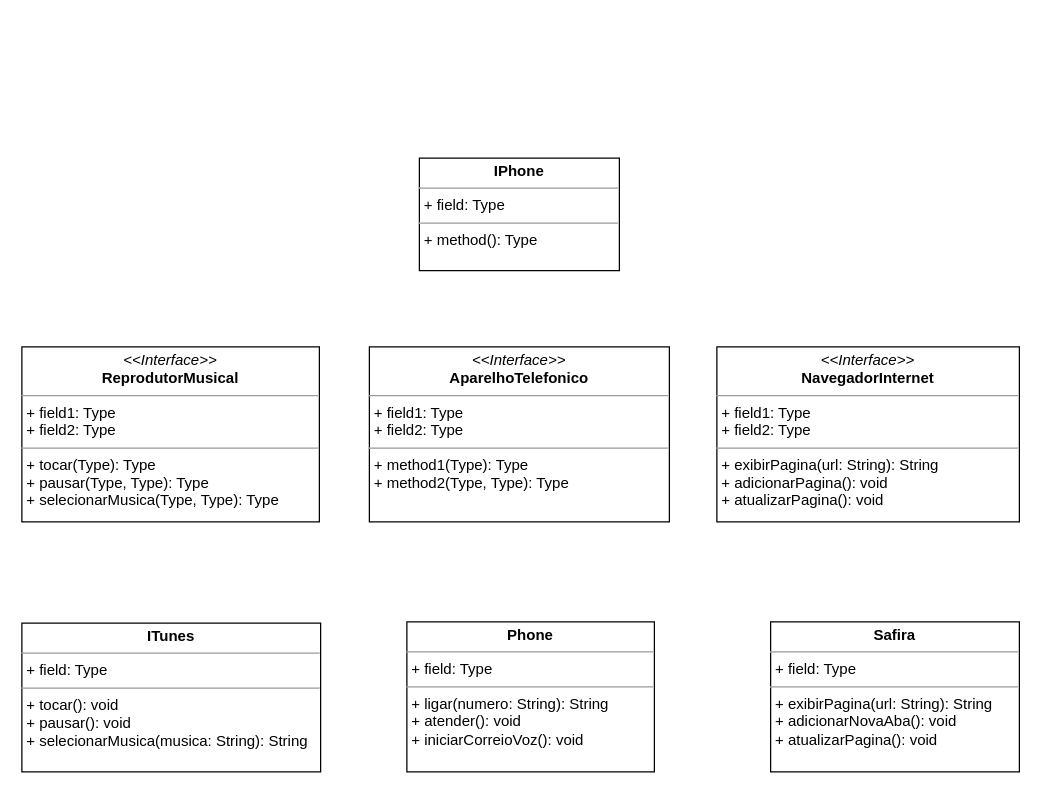
The draw.io diagram UML/Desafio_DIO.drawio in FabioCantuario/Desafio-DIO-POO, before the edit. Source tidied: cells renumbered, new cells numbered last; positions are measured from the earlier drawing's top-left corner, leaving out a move shared by most shapes. Both pictures are drawn from the tidied source at 125%, with x=0, y=0 at pixel (21, 158).
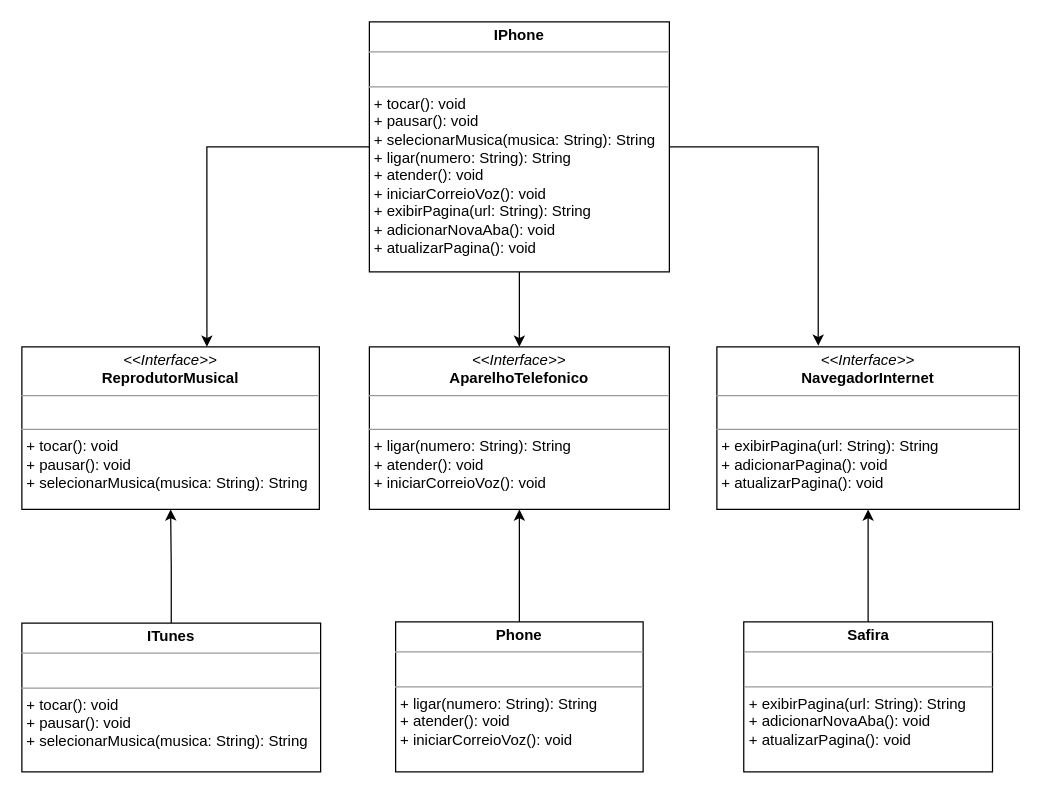
The same diagram, later.

What changed in the source:
```diff
@@
 <mxGraphModel>
   <root>
     <mxCell id="0" />
     <mxCell id="1" parent="0" />
-    <mxCell id="2" value="&lt;p style=&quot;margin:0px;margin-top:4px;text-align:center;&quot;&gt;&lt;i&gt;&amp;lt;&amp;lt;Interface&amp;gt;&amp;gt;&lt;/i&gt;&lt;br&gt;&lt;b&gt;ReprodutorMusical&lt;/b&gt;&lt;br&gt;&lt;/p&gt;&lt;hr size=&quot;1&quot;&gt;&lt;p style=&quot;margin:0px;margin-left:4px;&quot;&gt;+ field1: Type&lt;br&gt;+ field2: Type&lt;/p&gt;&lt;hr size=&quot;1&quot;&gt;&lt;p style=&quot;margin:0px;margin-left:4px;&quot;&gt;+ tocar(Type): Type&lt;br&gt;+ pausar(Type, Type): Type&lt;/p&gt;&lt;p style=&quot;margin:0px;margin-left:4px;&quot;&gt;+ selecionarMusica(Type, Type): Type&lt;br&gt;&lt;/p&gt;" style="verticalAlign=top;align=left;overflow=fill;fontSize=12;fontFamily=Helvetica;html=1;whiteSpace=wrap;" parent="1" vertex="1">
-      <mxGeometry y="151" width="238" height="140" as="geometry" />
+    <mxCell id="2" value="&lt;p style=&quot;margin:0px;margin-top:4px;text-align:center;&quot;&gt;&lt;i&gt;&amp;lt;&amp;lt;Interface&amp;gt;&amp;gt;&lt;/i&gt;&lt;br&gt;&lt;b&gt;ReprodutorMusical&lt;/b&gt;&lt;br&gt;&lt;/p&gt;&lt;hr size=&quot;1&quot;&gt;&lt;p style=&quot;margin:0px;margin-left:4px;&quot;&gt;&lt;br&gt;&lt;/p&gt;&lt;hr size=&quot;1&quot;&gt;&lt;p style=&quot;margin: 0px 0px 0px 4px;&quot;&gt;+ tocar(): void&lt;/p&gt;&lt;p style=&quot;margin: 0px 0px 0px 4px;&quot;&gt;+ pausar(): void&lt;br&gt;&lt;/p&gt;&lt;p style=&quot;margin: 0px 0px 0px 4px;&quot;&gt;+ selecionarMusica(musica: String): String&lt;/p&gt;" style="verticalAlign=top;align=left;overflow=fill;fontSize=12;fontFamily=Helvetica;html=1;whiteSpace=wrap;" parent="1" vertex="1">
+      <mxGeometry y="151" width="238" height="130" as="geometry" />
     </mxCell>
-    <mxCell id="3" value="&lt;p style=&quot;margin:0px;margin-top:4px;text-align:center;&quot;&gt;&lt;i&gt;&amp;lt;&amp;lt;Interface&amp;gt;&amp;gt;&lt;/i&gt;&lt;br&gt;&lt;b&gt;AparelhoTelefonico&lt;/b&gt;&lt;br&gt;&lt;/p&gt;&lt;hr size=&quot;1&quot;&gt;&lt;p style=&quot;margin:0px;margin-left:4px;&quot;&gt;+ field1: Type&lt;br&gt;+ field2: Type&lt;/p&gt;&lt;hr size=&quot;1&quot;&gt;&lt;p style=&quot;margin:0px;margin-left:4px;&quot;&gt;+ method1(Type): Type&lt;br&gt;+ method2(Type, Type): Type&lt;/p&gt;" style="verticalAlign=top;align=left;overflow=fill;fontSize=12;fontFamily=Helvetica;html=1;whiteSpace=wrap;" parent="1" vertex="1">
-      <mxGeometry x="278" y="151" width="240" height="140" as="geometry" />
+    <mxCell id="3" value="&lt;p style=&quot;margin:0px;margin-top:4px;text-align:center;&quot;&gt;&lt;i&gt;&amp;lt;&amp;lt;Interface&amp;gt;&amp;gt;&lt;/i&gt;&lt;br&gt;&lt;b&gt;AparelhoTelefonico&lt;/b&gt;&lt;br&gt;&lt;/p&gt;&lt;hr size=&quot;1&quot;&gt;&lt;p style=&quot;margin:0px;margin-left:4px;&quot;&gt;&lt;br&gt;&lt;/p&gt;&lt;hr size=&quot;1&quot;&gt;&lt;p style=&quot;margin: 0px 0px 0px 4px;&quot;&gt;+ ligar(numero: String): String&lt;/p&gt;&lt;p style=&quot;margin: 0px 0px 0px 4px;&quot;&gt;+ atender(): void&lt;br&gt;&lt;/p&gt;&lt;p style=&quot;margin: 0px 0px 0px 4px;&quot;&gt;+ iniciarCorreioVoz(): void&lt;/p&gt;" style="verticalAlign=top;align=left;overflow=fill;fontSize=12;fontFamily=Helvetica;html=1;whiteSpace=wrap;" parent="1" vertex="1">
+      <mxGeometry x="278" y="151" width="240" height="130" as="geometry" />
     </mxCell>
-    <mxCell id="4" value="&lt;p style=&quot;margin:0px;margin-top:4px;text-align:center;&quot;&gt;&lt;i&gt;&amp;lt;&amp;lt;Interface&amp;gt;&amp;gt;&lt;/i&gt;&lt;br&gt;&lt;b&gt;NavegadorInternet&lt;/b&gt;&lt;/p&gt;&lt;hr size=&quot;1&quot;&gt;&lt;p style=&quot;margin:0px;margin-left:4px;&quot;&gt;+ field1: Type&lt;br&gt;+ field2: Type&lt;/p&gt;&lt;hr size=&quot;1&quot;&gt;&lt;p style=&quot;margin:0px;margin-left:4px;&quot;&gt;+ exibirPagina(url: String): String&lt;br&gt;&lt;/p&gt;&lt;p style=&quot;margin:0px;margin-left:4px;&quot;&gt;+&amp;nbsp;adicionarPagina(): void&lt;br&gt;&lt;/p&gt;&lt;p style=&quot;margin:0px;margin-left:4px;&quot;&gt;+&amp;nbsp;atualizarPagina&lt;span style=&quot;background-color: initial;&quot;&gt;(): void&lt;/span&gt;&lt;/p&gt;&lt;p style=&quot;margin:0px;margin-left:4px;&quot;&gt;&lt;br&gt;&lt;/p&gt;" style="verticalAlign=top;align=left;overflow=fill;fontSize=12;fontFamily=Helvetica;html=1;whiteSpace=wrap;" parent="1" vertex="1">
-      <mxGeometry x="556" y="151" width="242" height="140" as="geometry" />
+    <mxCell id="4" value="&lt;p style=&quot;margin:0px;margin-top:4px;text-align:center;&quot;&gt;&lt;i&gt;&amp;lt;&amp;lt;Interface&amp;gt;&amp;gt;&lt;/i&gt;&lt;br&gt;&lt;b&gt;NavegadorInternet&lt;/b&gt;&lt;/p&gt;&lt;hr size=&quot;1&quot;&gt;&lt;p style=&quot;margin:0px;margin-left:4px;&quot;&gt;&lt;br&gt;&lt;/p&gt;&lt;hr size=&quot;1&quot;&gt;&lt;p style=&quot;margin:0px;margin-left:4px;&quot;&gt;+ exibirPagina(url: String): String&lt;br&gt;&lt;/p&gt;&lt;p style=&quot;margin:0px;margin-left:4px;&quot;&gt;+&amp;nbsp;adicionarPagina(): void&lt;br&gt;&lt;/p&gt;&lt;p style=&quot;margin:0px;margin-left:4px;&quot;&gt;+&amp;nbsp;atualizarPagina&lt;span style=&quot;background-color: initial;&quot;&gt;(): void&lt;/span&gt;&lt;/p&gt;&lt;p style=&quot;margin:0px;margin-left:4px;&quot;&gt;&lt;br&gt;&lt;/p&gt;" style="verticalAlign=top;align=left;overflow=fill;fontSize=12;fontFamily=Helvetica;html=1;whiteSpace=wrap;" parent="1" vertex="1">
+      <mxGeometry x="556" y="151" width="242" height="130" as="geometry" />
     </mxCell>
+    <mxCell id="9" style="edgeStyle=orthogonalEdgeStyle;rounded=0;jettySize=auto;html=1;entryX=0.5;entryY=0;entryDx=0;entryDy=0;" parent="1" edge="1" source="5" target="3">
+      <mxGeometry relative="1" as="geometry" />
+    </mxCell>
-    <mxCell id="5" value="&lt;p style=&quot;margin:0px;margin-top:4px;text-align:center;&quot;&gt;&lt;b&gt;IPhone&lt;/b&gt;&lt;/p&gt;&lt;hr size=&quot;1&quot;&gt;&lt;p style=&quot;margin:0px;margin-left:4px;&quot;&gt;+ field: Type&lt;/p&gt;&lt;hr size=&quot;1&quot;&gt;&lt;p style=&quot;margin:0px;margin-left:4px;&quot;&gt;+ method(): Type&lt;/p&gt;" style="verticalAlign=top;align=left;overflow=fill;fontSize=12;fontFamily=Helvetica;html=1;whiteSpace=wrap;" parent="1" vertex="1">
-      <mxGeometry x="318" width="160" height="90" as="geometry" />
+    <mxCell id="5" value="&lt;p style=&quot;margin:0px;margin-top:4px;text-align:center;&quot;&gt;&lt;b&gt;IPhone&lt;/b&gt;&lt;/p&gt;&lt;hr size=&quot;1&quot;&gt;&lt;p style=&quot;margin:0px;margin-left:4px;&quot;&gt;&lt;br&gt;&lt;/p&gt;&lt;hr size=&quot;1&quot;&gt;&lt;p style=&quot;margin: 0px 0px 0px 4px;&quot;&gt;+ tocar(): void&lt;/p&gt;&lt;p style=&quot;margin: 0px 0px 0px 4px;&quot;&gt;+ pausar(): void&lt;br&gt;&lt;/p&gt;&lt;p style=&quot;margin: 0px 0px 0px 4px;&quot;&gt;+ selecionarMusica(musica: String): String&lt;/p&gt;&lt;p style=&quot;margin: 0px 0px 0px 4px;&quot;&gt;+ ligar(numero: String): String&lt;/p&gt;&lt;p style=&quot;margin: 0px 0px 0px 4px;&quot;&gt;+ atender(): void&lt;br&gt;&lt;/p&gt;&lt;p style=&quot;margin: 0px 0px 0px 4px;&quot;&gt;+ iniciarCorreioVoz(): void&lt;/p&gt;&lt;p style=&quot;margin: 0px 0px 0px 4px;&quot;&gt;+ exibirPagina(url: String): String&lt;/p&gt;&lt;p style=&quot;border-color: var(--border-color); margin: 0px 0px 0px 4px;&quot;&gt;+ adicionarNovaAba(): void&lt;/p&gt;&lt;p style=&quot;border-color: var(--border-color); margin: 0px 0px 0px 4px;&quot;&gt;+ atualizarPagina(): void&lt;/p&gt;" style="verticalAlign=top;align=left;overflow=fill;fontSize=12;fontFamily=Helvetica;html=1;whiteSpace=wrap;" parent="1" vertex="1">
+      <mxGeometry x="278" y="-109" width="240" height="200" as="geometry" />
     </mxCell>
+    <mxCell id="10" style="edgeStyle=orthogonalEdgeStyle;rounded=0;jettySize=auto;html=1;" parent="1" edge="1" source="6" target="2">
+      <mxGeometry relative="1" as="geometry" />
+    </mxCell>
-    <mxCell id="6" value="&lt;p style=&quot;margin:0px;margin-top:4px;text-align:center;&quot;&gt;&lt;b&gt;ITunes&lt;/b&gt;&lt;/p&gt;&lt;hr size=&quot;1&quot;&gt;&lt;p style=&quot;margin:0px;margin-left:4px;&quot;&gt;+ field: Type&lt;/p&gt;&lt;hr size=&quot;1&quot;&gt;&lt;p style=&quot;margin:0px;margin-left:4px;&quot;&gt;+ tocar(): void&lt;/p&gt;&lt;p style=&quot;margin:0px;margin-left:4px;&quot;&gt;+ pausar(): void&lt;br&gt;&lt;/p&gt;&lt;p style=&quot;margin:0px;margin-left:4px;&quot;&gt;+ selecionarMusica(musica: String): String&lt;br&gt;&lt;/p&gt;" style="verticalAlign=top;align=left;overflow=fill;fontSize=12;fontFamily=Helvetica;html=1;whiteSpace=wrap;" parent="1" vertex="1">
+    <mxCell id="6" value="&lt;p style=&quot;margin:0px;margin-top:4px;text-align:center;&quot;&gt;&lt;b&gt;ITunes&lt;/b&gt;&lt;/p&gt;&lt;hr size=&quot;1&quot;&gt;&lt;p style=&quot;margin:0px;margin-left:4px;&quot;&gt;&lt;br&gt;&lt;/p&gt;&lt;hr size=&quot;1&quot;&gt;&lt;p style=&quot;margin:0px;margin-left:4px;&quot;&gt;+ tocar(): void&lt;/p&gt;&lt;p style=&quot;margin:0px;margin-left:4px;&quot;&gt;+ pausar(): void&lt;br&gt;&lt;/p&gt;&lt;p style=&quot;margin:0px;margin-left:4px;&quot;&gt;+ selecionarMusica(musica: String): String&lt;br&gt;&lt;/p&gt;" style="verticalAlign=top;align=left;overflow=fill;fontSize=12;fontFamily=Helvetica;html=1;whiteSpace=wrap;" parent="1" vertex="1">
       <mxGeometry y="372" width="239" height="119" as="geometry" />
     </mxCell>
+    <mxCell id="11" style="edgeStyle=orthogonalEdgeStyle;rounded=0;jettySize=auto;html=1;" parent="1" edge="1" source="7" target="3">
+      <mxGeometry relative="1" as="geometry" />
+    </mxCell>
-    <mxCell id="7" value="&lt;p style=&quot;margin:0px;margin-top:4px;text-align:center;&quot;&gt;&lt;b&gt;Phone&lt;/b&gt;&lt;/p&gt;&lt;hr size=&quot;1&quot;&gt;&lt;p style=&quot;margin:0px;margin-left:4px;&quot;&gt;+ field: Type&lt;/p&gt;&lt;hr size=&quot;1&quot;&gt;&lt;p style=&quot;margin:0px;margin-left:4px;&quot;&gt;+ ligar(numero: String): String&lt;/p&gt;&lt;p style=&quot;margin:0px;margin-left:4px;&quot;&gt;+ atender(): void&lt;br&gt;&lt;/p&gt;&lt;p style=&quot;margin:0px;margin-left:4px;&quot;&gt;+ iniciarCorreioVoz(): void&lt;br&gt;&lt;/p&gt;" style="verticalAlign=top;align=left;overflow=fill;fontSize=12;fontFamily=Helvetica;html=1;whiteSpace=wrap;" parent="1" vertex="1">
-      <mxGeometry x="308" y="371" width="198" height="120" as="geometry" />
+    <mxCell id="7" value="&lt;p style=&quot;margin:0px;margin-top:4px;text-align:center;&quot;&gt;&lt;b&gt;Phone&lt;/b&gt;&lt;/p&gt;&lt;hr size=&quot;1&quot;&gt;&lt;p style=&quot;margin:0px;margin-left:4px;&quot;&gt;&lt;br&gt;&lt;/p&gt;&lt;hr size=&quot;1&quot;&gt;&lt;p style=&quot;margin:0px;margin-left:4px;&quot;&gt;+ ligar(numero: String): String&lt;/p&gt;&lt;p style=&quot;margin:0px;margin-left:4px;&quot;&gt;+ atender(): void&lt;br&gt;&lt;/p&gt;&lt;p style=&quot;margin:0px;margin-left:4px;&quot;&gt;+ iniciarCorreioVoz(): void&lt;br&gt;&lt;/p&gt;" style="verticalAlign=top;align=left;overflow=fill;fontSize=12;fontFamily=Helvetica;html=1;whiteSpace=wrap;" parent="1" vertex="1">
+      <mxGeometry x="299" y="371" width="198" height="120" as="geometry" />
     </mxCell>
+    <mxCell id="12" style="edgeStyle=orthogonalEdgeStyle;rounded=0;jettySize=auto;html=1;" parent="1" edge="1" source="8" target="4">
+      <mxGeometry relative="1" as="geometry" />
+    </mxCell>
-    <mxCell id="8" value="&lt;p style=&quot;margin:0px;margin-top:4px;text-align:center;&quot;&gt;&lt;b&gt;Safira&lt;/b&gt;&lt;/p&gt;&lt;hr size=&quot;1&quot;&gt;&lt;p style=&quot;margin:0px;margin-left:4px;&quot;&gt;+ field: Type&lt;/p&gt;&lt;hr size=&quot;1&quot;&gt;&lt;p style=&quot;margin:0px;margin-left:4px;&quot;&gt;+ exibirPagina(url: String): String&lt;/p&gt;&lt;p style=&quot;border-color: var(--border-color); margin: 0px 0px 0px 4px;&quot;&gt;+ adicionarNovaAba(): void&lt;/p&gt;&lt;p style=&quot;border-color: var(--border-color); margin: 0px 0px 0px 4px;&quot;&gt;+ atualizarPagina(): void&lt;br&gt;&lt;/p&gt;&lt;p style=&quot;border-color: var(--border-color); margin: 0px 0px 0px 4px;&quot;&gt;&lt;br style=&quot;border-color: var(--border-color);&quot;&gt;&lt;/p&gt;" style="verticalAlign=top;align=left;overflow=fill;fontSize=12;fontFamily=Helvetica;html=1;whiteSpace=wrap;" parent="1" vertex="1">
-      <mxGeometry x="599" y="371" width="199" height="120" as="geometry" />
+    <mxCell id="8" value="&lt;p style=&quot;margin:0px;margin-top:4px;text-align:center;&quot;&gt;&lt;b&gt;Safira&lt;/b&gt;&lt;/p&gt;&lt;hr size=&quot;1&quot;&gt;&lt;p style=&quot;margin:0px;margin-left:4px;&quot;&gt;&lt;br&gt;&lt;/p&gt;&lt;hr size=&quot;1&quot;&gt;&lt;p style=&quot;margin:0px;margin-left:4px;&quot;&gt;+ exibirPagina(url: String): String&lt;/p&gt;&lt;p style=&quot;border-color: var(--border-color); margin: 0px 0px 0px 4px;&quot;&gt;+ adicionarNovaAba(): void&lt;/p&gt;&lt;p style=&quot;border-color: var(--border-color); margin: 0px 0px 0px 4px;&quot;&gt;+ atualizarPagina(): void&lt;br&gt;&lt;/p&gt;&lt;p style=&quot;border-color: var(--border-color); margin: 0px 0px 0px 4px;&quot;&gt;&lt;br style=&quot;border-color: var(--border-color);&quot;&gt;&lt;/p&gt;" style="verticalAlign=top;align=left;overflow=fill;fontSize=12;fontFamily=Helvetica;html=1;whiteSpace=wrap;" parent="1" vertex="1">
+      <mxGeometry x="577.5" y="371" width="199" height="120" as="geometry" />
     </mxCell>
+    <mxCell id="13" style="edgeStyle=orthogonalEdgeStyle;rounded=0;jettySize=auto;html=1;entryX=0.622;entryY=0;entryDx=0;entryDy=0;entryPerimeter=0;" parent="1" edge="1" source="5" target="2">
+      <mxGeometry relative="1" as="geometry" />
+    </mxCell>
+    <mxCell id="14" style="edgeStyle=orthogonalEdgeStyle;rounded=0;jettySize=auto;html=1;entryX=0.335;entryY=-0.007;entryDx=0;entryDy=0;entryPerimeter=0;" parent="1" edge="1" source="5" target="4">
+      <mxGeometry relative="1" as="geometry" />
+    </mxCell>
   </root>
 </mxGraphModel>
```
